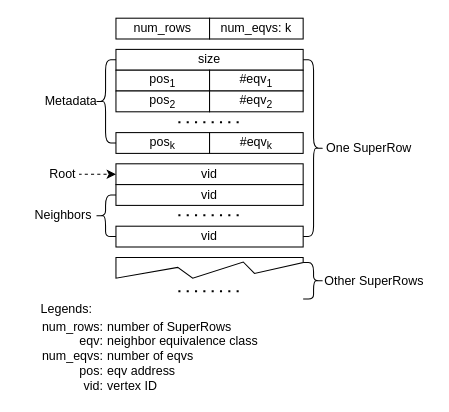
Above: img/compress.drawio in E-Neo/opgm-paper (draw.io), before the change. Source tidied: cells renumbered, new cells numbered last; positions are measured from the earlier drawing's top-left corner, leaving out a move shared by most shapes. Both pictures are drawn from the tidied source at 104%, with x=0, y=0 at pixel (26, 18).
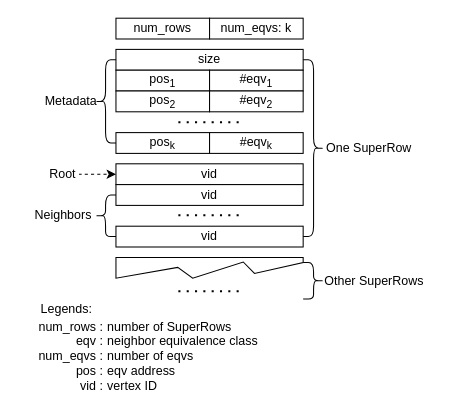
After the change.

Diff of the diagram source:
```diff
@@
-    <mxCell id="26" value="num_rows:&lt;br&gt;eqv:&lt;br&gt;num_eqvs:&lt;br&gt;pos:&lt;br&gt;vid:" style="rounded=0;whiteSpace=wrap;html=1;align=right;strokeColor=#FFFFFF;" parent="1" vertex="1">
-      <mxGeometry x="6" y="290" width="70" height="70" as="geometry" />
+    <mxCell id="26" value="num_rows :&lt;br&gt;eqv :&lt;br&gt;num_eqvs :&lt;br&gt;pos :&lt;br&gt;vid :" style="rounded=0;whiteSpace=wrap;html=1;align=right;strokeColor=#FFFFFF;" parent="1" vertex="1">
+      <mxGeometry x="-8" y="290" width="84" height="70" as="geometry" />
     </mxCell>
```
